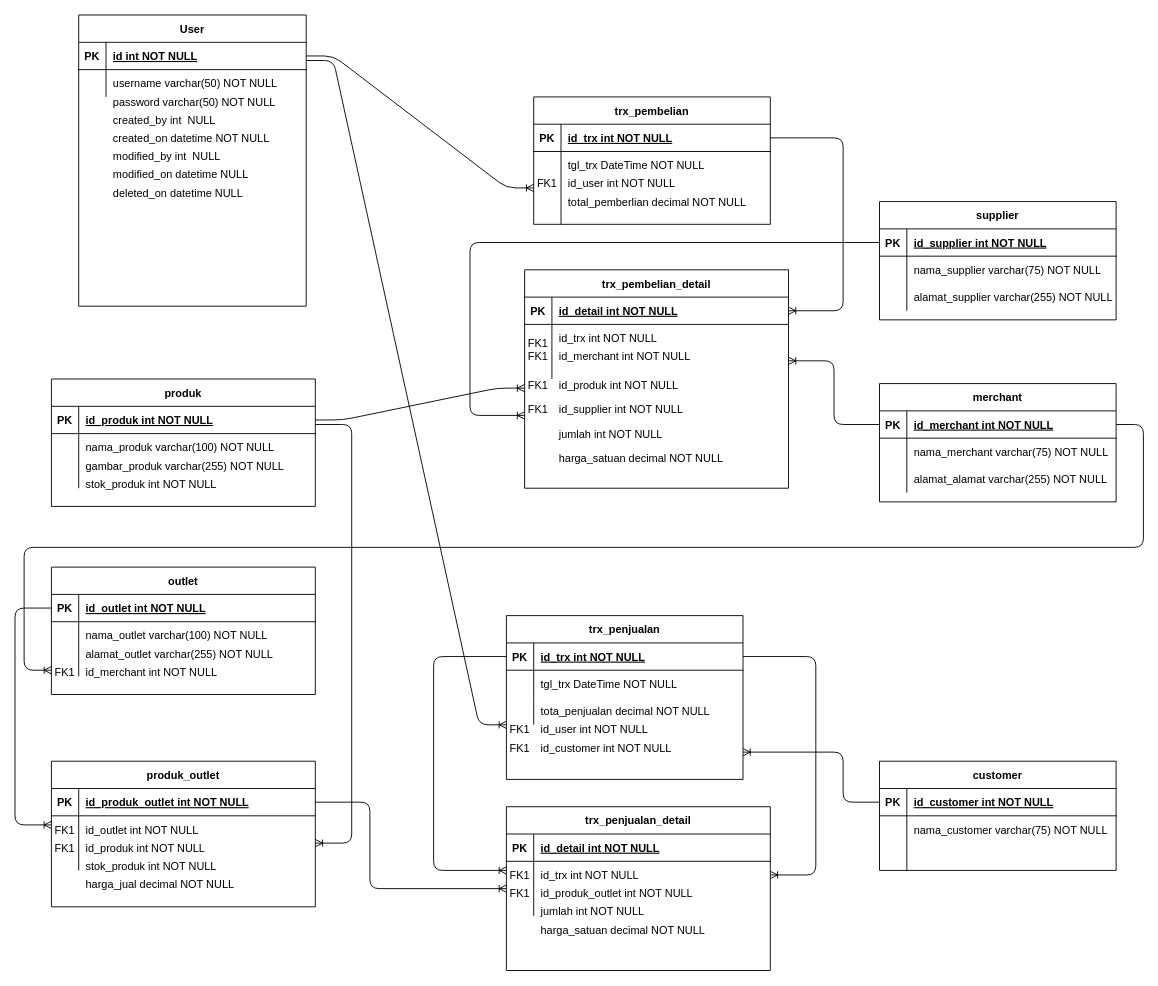
This is documents/Untitled Diagram.drawio from ardiananta/docTest, a draw.io file, before an edit. Source tidied: cells renumbered, new cells numbered last; positions are measured from the earlier drawing's top-left corner, leaving out a move shared by most shapes. Both pictures are drawn from the tidied source at 91%, with x=0, y=0 at pixel (5, 15).
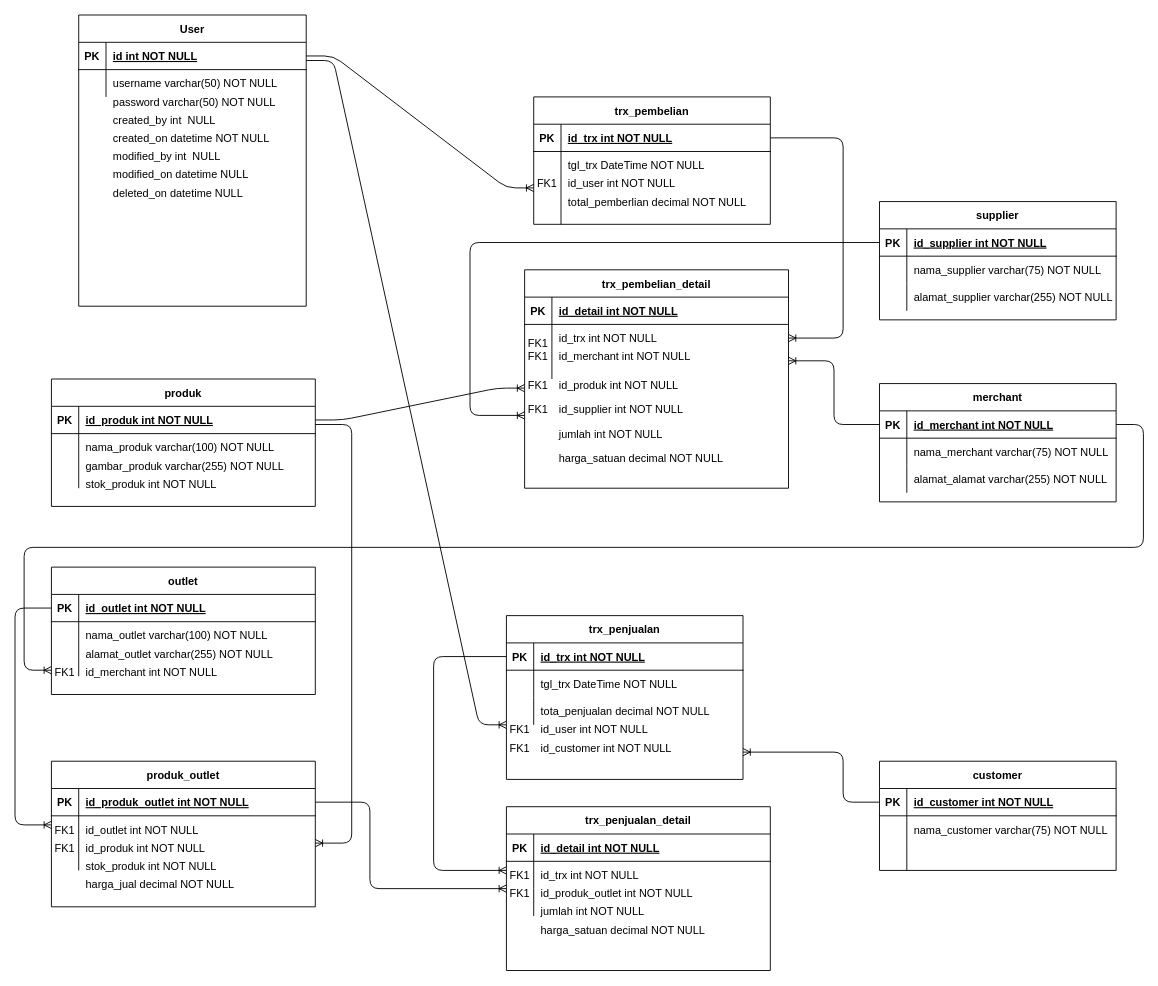
The same diagram, later.

Unchanged cells that the change refers to:
```xml
<mxCell id="14" style="shape=partialRectangle;fillColor=none;points=[[0,0.5],[1,0.5]];portConstraint=eastwest;top=0;left=0;right=0;bottom=1;" parent="13" vertex="1">
  <mxGeometry y="30" width="290" height="30" as="geometry" />
</mxCell>
<mxCell id="17" style="shape=partialRectangle;fillColor=none;points=[[0,0.5],[1,0.5]];portConstraint=eastwest;top=0;left=0;right=0;bottom=0;" parent="13" vertex="1">
  <mxGeometry y="60" width="290" height="30" as="geometry" />
</mxCell>
<mxCell id="88" style="shape=partialRectangle;fillColor=none;points=[[0,0.5],[1,0.5]];portConstraint=eastwest;top=0;left=0;right=0;bottom=0;" parent="84" vertex="1">
  <mxGeometry y="60" width="290" height="30" as="geometry" />
</mxCell>
<mxCell id="101" style="shape=partialRectangle;fillColor=none;points=[[0,0.5],[1,0.5]];portConstraint=eastwest;top=0;left=0;right=0;bottom=1;" parent="100" vertex="1">
  <mxGeometry y="30" width="260" height="30" as="geometry" />
</mxCell>
<mxCell id="116" style="shape=partialRectangle;fillColor=none;points=[[0,0.5],[1,0.5]];portConstraint=eastwest;top=0;left=0;right=0;bottom=1;" parent="115" vertex="1">
  <mxGeometry y="30" width="260" height="30" as="geometry" />
</mxCell>
```

Diff of the diagram source:
```diff
@@
-    <mxCell id="172" style="edgeStyle=orthogonalEdgeStyle;fontSize=12;html=1;endArrow=ERoneToMany;exitX=1;exitY=0.5;exitDx=0;exitDy=0;entryX=1;entryY=0.5;entryDx=0;entryDy=0;elbow=vertical;" parent="1" edge="1" source="116" target="14">
+    <mxCell id="172" style="edgeStyle=orthogonalEdgeStyle;fontSize=12;html=1;endArrow=ERoneToMany;exitX=1;exitY=0.5;exitDx=0;exitDy=0;entryX=1;entryY=0.5;entryDx=0;entryDy=0;elbow=vertical;" parent="1" edge="1" source="116" target="17">
       <mxGeometry relative="1" as="geometry">
         <Array as="points">
           <mxPoint x="920" y="135" />
-          <mxPoint x="920" y="325" />
+          <mxPoint x="920" y="355" />
         </Array>
       </mxGeometry>
     </mxCell>
-    <mxCell id="173" style="edgeStyle=orthogonalEdgeStyle;fontSize=12;html=1;endArrow=ERoneToMany;exitX=1;exitY=0.5;exitDx=0;exitDy=0;entryX=1;entryY=0.5;entryDx=0;entryDy=0;" parent="1" edge="1" source="101" target="88">
-      <mxGeometry relative="1" as="geometry">
-        <Array as="points">
-          <mxPoint x="890" y="705" />
-          <mxPoint x="890" y="945" />
-        </Array>
-      </mxGeometry>
-    </mxCell>
```
